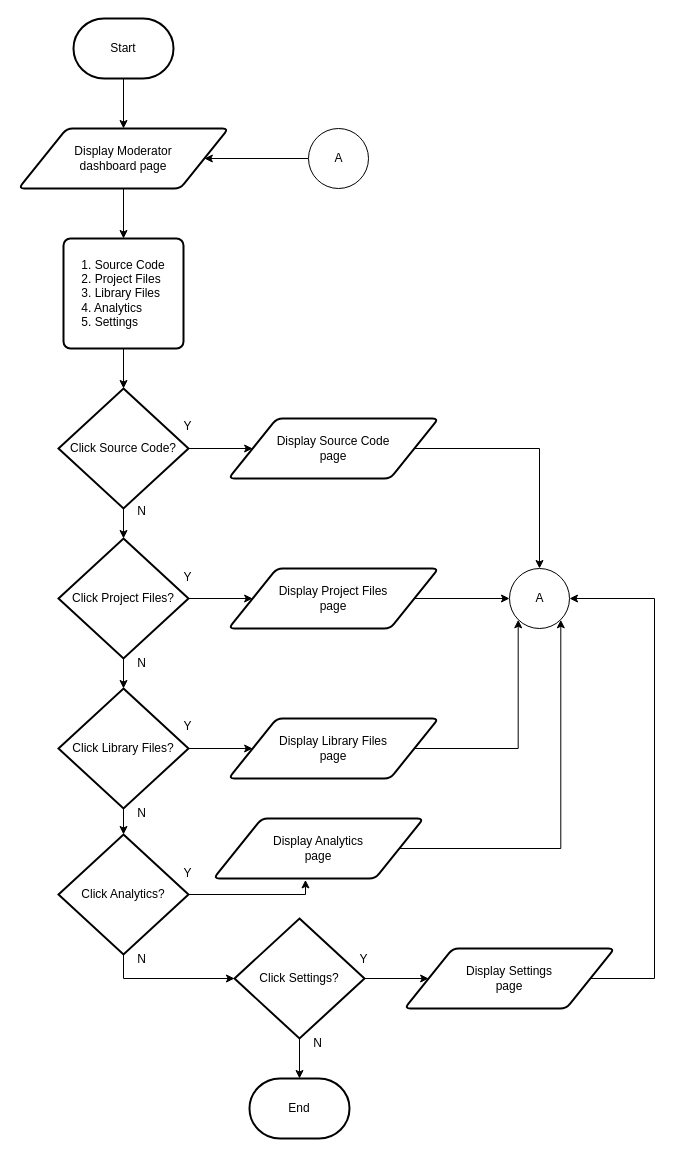
This is page "Page - Moderator" (4 of 19) of KP2.drawio from dapzz-id/DrawIO, a draw.io file, before an edit. Source tidied: cells renumbered, new cells numbered last; positions are measured from the earlier drawing's top-left corner, leaving out a move shared by most shapes. Both pictures are drawn from the tidied source at 100%, with x=0, y=0 at pixel (18, 18).
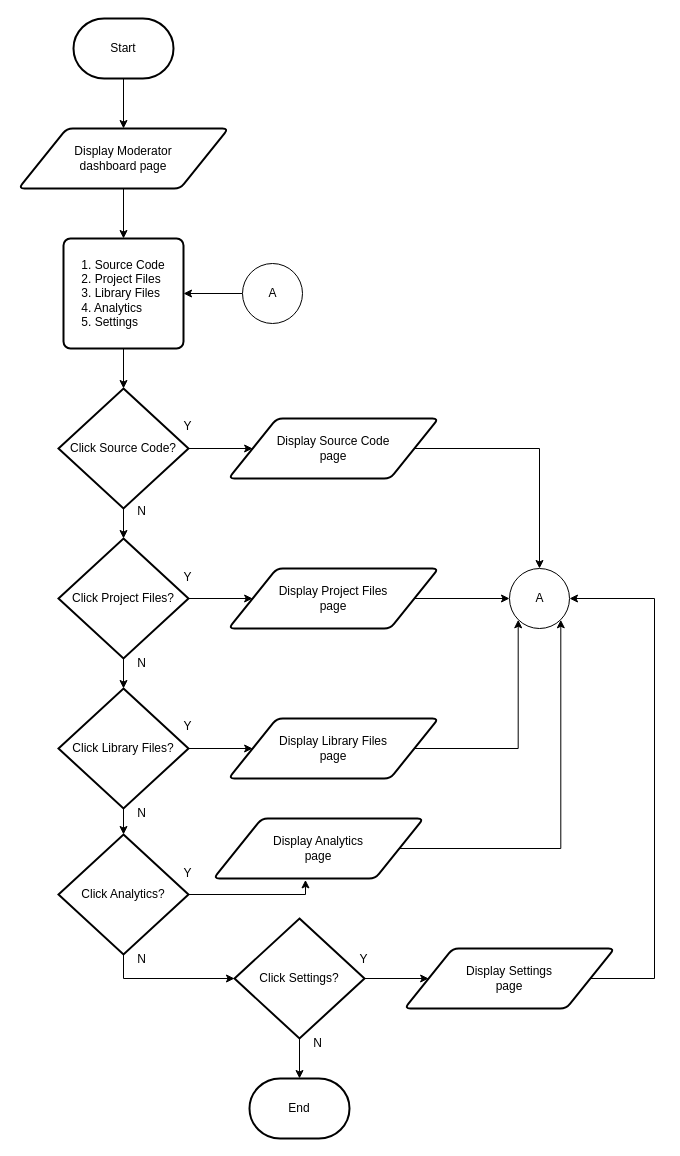
Above is the later version.

The change refers to these unchanged cells:
```xml
<mxCell id="5" value="Display&amp;nbsp;&lt;span style=&quot;background-color: transparent; color: light-dark(rgb(0, 0, 0), rgb(255, 255, 255));&quot;&gt;Moderator&lt;/span&gt;&lt;div&gt;&lt;div&gt;dashboard page&lt;/div&gt;&lt;/div&gt;" style="shape=parallelogram;html=1;strokeWidth=2;perimeter=parallelogramPerimeter;whiteSpace=wrap;rounded=1;arcSize=12;size=0.23;" parent="1" vertex="1">
  <mxGeometry y="110" width="210" height="60" as="geometry" />
</mxCell>
<mxCell id="7" value="&lt;div style=&quot;text-align: justify;&quot;&gt;1. Source Code&lt;/div&gt;&lt;div style=&quot;text-align: justify;&quot;&gt;2. Project Files&lt;/div&gt;&lt;div style=&quot;text-align: justify;&quot;&gt;3. Library Files&lt;/div&gt;&lt;div style=&quot;text-align: justify;&quot;&gt;4. Analytics&lt;/div&gt;&lt;div style=&quot;text-align: justify;&quot;&gt;5. Settings&lt;/div&gt;" style="rounded=1;whiteSpace=wrap;html=1;absoluteArcSize=1;arcSize=14;strokeWidth=2;labelBorderColor=none;" parent="1" vertex="1">
  <mxGeometry x="45" y="220" width="120" height="110" as="geometry" />
</mxCell>
```

Change to the diagram source:
```diff
@@
-    <mxCell id="36" style="edgeStyle=orthogonalEdgeStyle;rounded=0;jettySize=auto;html=1;" parent="1" edge="1" source="37" target="5">
+    <mxCell id="36" style="edgeStyle=orthogonalEdgeStyle;rounded=0;jettySize=auto;html=1;entryX=1;entryY=0.5;entryDx=0;entryDy=0;" parent="1" edge="1" source="37" target="7">
       <mxGeometry relative="1" as="geometry" />
     </mxCell>
     <mxCell id="37" value="A" style="verticalLabelPosition=middle;verticalAlign=middle;html=1;shape=mxgraph.flowchart.on-page_reference;labelPosition=center;align=center;" parent="1" vertex="1">
-      <mxGeometry x="290" y="110" width="60" height="60" as="geometry" />
+      <mxGeometry x="224" y="245" width="60" height="60" as="geometry" />
     </mxCell>
```
